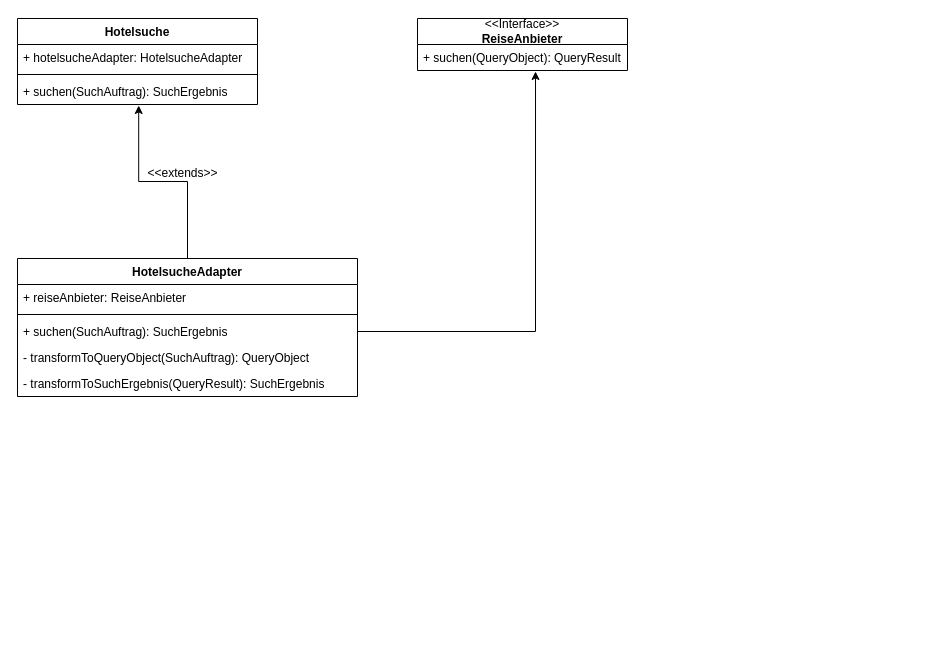
This is uebung8/1a.drawio from ReiseKato/SoftwareEngineering1, a draw.io file, before an edit. Source tidied: cells renumbered, new cells numbered last; positions are measured from the earlier drawing's top-left corner, leaving out a move shared by most shapes. Both pictures are drawn from the tidied source at 100%, with x=0, y=0 at pixel (17, 18).
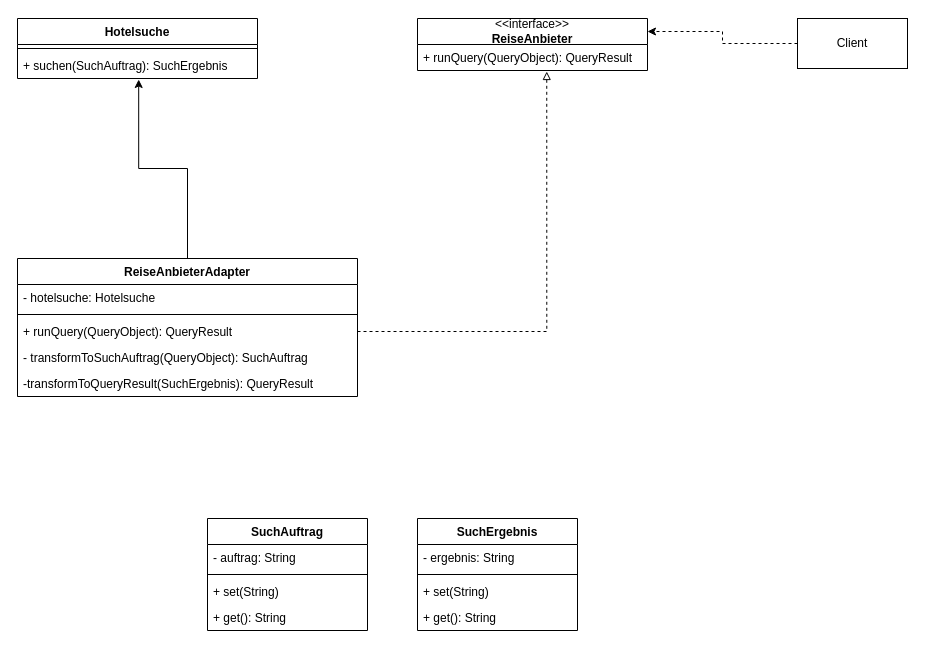
Above is the later version.

What changed in the source:
```diff
@@
-    <mxCell id="2" value="HotelsucheAdapter" style="swimlane;fontStyle=1;align=center;verticalAlign=top;horizontal=1;startSize=26;whiteSpace=wrap;html=1;" parent="1" vertex="1">
+    <mxCell id="2" value="ReiseAnbieterAdapter" style="swimlane;fontStyle=1;align=center;verticalAlign=top;horizontal=1;startSize=26;whiteSpace=wrap;html=1;" parent="1" vertex="1">
       <mxGeometry y="240" width="340" height="138" as="geometry" />
     </mxCell>
-    <mxCell id="3" value="+ reiseAnbieter: ReiseAnbieter" style="text;strokeColor=none;fillColor=none;align=left;verticalAlign=top;spacingLeft=4;spacingRight=4;overflow=hidden;whiteSpace=wrap;html=1;" parent="2" vertex="1">
+    <mxCell id="3" value="- hotelsuche: Hotelsuche" style="text;strokeColor=none;fillColor=none;align=left;verticalAlign=top;spacingLeft=4;spacingRight=4;overflow=hidden;whiteSpace=wrap;html=1;" parent="2" vertex="1">
       <mxGeometry y="26" width="340" height="26" as="geometry" />
     </mxCell>
@@
-    <mxCell id="5" value="+ suchen(SuchAuftrag): SuchErgebnis" style="text;strokeColor=none;fillColor=none;align=left;verticalAlign=top;spacingLeft=4;spacingRight=4;overflow=hidden;points=[[0,0.5],[1,0.5]];portConstraint=eastwest;whiteSpace=wrap;html=1;" parent="2" vertex="1">
+    <mxCell id="5" value="+ runQuery(QueryObject): QueryResult" style="text;strokeColor=none;fillColor=none;align=left;verticalAlign=top;spacingLeft=4;spacingRight=4;overflow=hidden;points=[[0,0.5],[1,0.5]];portConstraint=eastwest;whiteSpace=wrap;html=1;" parent="2" vertex="1">
       <mxGeometry y="60" width="340" height="26" as="geometry" />
     </mxCell>
-    <mxCell id="6" value="- transformToQueryObject(SuchAuftrag): QueryObject" style="text;strokeColor=none;fillColor=none;align=left;verticalAlign=top;spacingLeft=4;spacingRight=4;overflow=hidden;whiteSpace=wrap;html=1;" parent="2" vertex="1">
+    <mxCell id="6" value="- transformToSuchAuftrag(QueryObject): SuchAuftrag" style="text;strokeColor=none;fillColor=none;align=left;verticalAlign=top;spacingLeft=4;spacingRight=4;overflow=hidden;whiteSpace=wrap;html=1;" parent="2" vertex="1">
       <mxGeometry y="86" width="340" height="26" as="geometry" />
     </mxCell>
-    <mxCell id="7" value="- transformToSuchErgebnis(QueryResult): SuchErgebnis" style="text;strokeColor=none;fillColor=none;align=left;verticalAlign=top;spacingLeft=4;spacingRight=4;overflow=hidden;whiteSpace=wrap;html=1;" parent="2" vertex="1">
+    <mxCell id="7" value="-transformToQueryResult(SuchErgebnis): QueryResult" style="text;strokeColor=none;fillColor=none;align=left;verticalAlign=top;spacingLeft=4;spacingRight=4;overflow=hidden;whiteSpace=wrap;html=1;" parent="2" vertex="1">
       <mxGeometry y="112" width="340" height="26" as="geometry" />
     </mxCell>
     <mxCell id="8" value="Hotelsuche" style="swimlane;fontStyle=1;align=center;verticalAlign=top;horizontal=1;startSize=26;whiteSpace=wrap;html=1;" parent="1" vertex="1">
-      <mxGeometry width="240" height="86" as="geometry" />
+      <mxGeometry width="240" height="60" as="geometry" />
     </mxCell>
-    <mxCell id="9" value="+ hotelsucheAdapter: HotelsucheAdapter" style="text;strokeColor=none;fillColor=none;align=left;verticalAlign=top;spacingLeft=4;spacingRight=4;overflow=hidden;whiteSpace=wrap;html=1;" parent="8" vertex="1">
-      <mxGeometry y="26" width="240" height="26" as="geometry" />
-    </mxCell>
     <mxCell id="10" style="line;strokeWidth=1;fillColor=none;align=left;verticalAlign=middle;spacingTop=-1;spacingLeft=3;spacingRight=3;labelPosition=right;strokeColor=inherit;" parent="8" vertex="1">
-      <mxGeometry y="52" width="240" height="8" as="geometry" />
+      <mxGeometry y="26" width="240" height="8" as="geometry" />
     </mxCell>
     <mxCell id="11" value="+ suchen(SuchAuftrag): SuchErgebnis" style="text;strokeColor=none;fillColor=none;align=left;verticalAlign=top;spacingLeft=4;spacingRight=4;overflow=hidden;points=[[0,0.5],[1,0.5]];portConstraint=eastwest;whiteSpace=wrap;html=1;" parent="8" vertex="1">
-      <mxGeometry y="60" width="240" height="26" as="geometry" />
+      <mxGeometry y="34" width="240" height="26" as="geometry" />
     </mxCell>
-    <mxCell id="12" value="&lt;div&gt;&amp;lt;&amp;lt;Interface&amp;gt;&amp;gt;&lt;/div&gt;&lt;b&gt;ReiseAnbieter&lt;/b&gt;" style="swimlane;fontStyle=0;horizontal=1;startSize=26;fillColor=none;whiteSpace=wrap;html=1;" parent="1" vertex="1">
-      <mxGeometry x="400" width="210" height="52" as="geometry" />
+    <mxCell id="12" value="&lt;div&gt;&amp;lt;&amp;lt;interface&amp;gt;&amp;gt;&lt;/div&gt;&lt;b&gt;ReiseAnbieter&lt;/b&gt;" style="swimlane;fontStyle=0;horizontal=1;startSize=26;fillColor=none;whiteSpace=wrap;html=1;" parent="1" vertex="1">
+      <mxGeometry x="400" width="230" height="52" as="geometry" />
     </mxCell>
-    <mxCell id="13" value="+ suchen(QueryObject): QueryResult" style="text;strokeColor=none;fillColor=none;align=left;verticalAlign=top;spacingLeft=4;spacingRight=4;overflow=hidden;points=[[0,0.5],[1,0.5]];portConstraint=eastwest;whiteSpace=wrap;html=1;" parent="12" vertex="1">
-      <mxGeometry y="26" width="210" height="26" as="geometry" />
+    <mxCell id="13" value="+ runQuery(QueryObject): QueryResult" style="text;strokeColor=none;fillColor=none;align=left;verticalAlign=top;spacingLeft=4;spacingRight=4;overflow=hidden;points=[[0,0.5],[1,0.5]];portConstraint=eastwest;whiteSpace=wrap;html=1;" parent="12" vertex="1">
+      <mxGeometry y="26" width="230" height="26" as="geometry" />
     </mxCell>
@@
-    <mxCell id="15" style="edgeStyle=orthogonalEdgeStyle;rounded=0;jettySize=auto;html=1;exitX=1;exitY=0.5;exitDx=0;exitDy=0;entryX=0.562;entryY=1.038;entryDx=0;entryDy=0;entryPerimeter=0;" parent="1" edge="1" source="5" target="13">
+    <mxCell id="15" style="edgeStyle=orthogonalEdgeStyle;rounded=0;jettySize=auto;html=1;exitX=1;exitY=0.5;exitDx=0;exitDy=0;entryX=0.562;entryY=1.038;entryDx=0;entryDy=0;entryPerimeter=0;endArrow=block;endFill=0;dashed=1;" parent="1" edge="1" source="5" target="13">
       <mxGeometry relative="1" as="geometry" />
     </mxCell>
-    <mxCell id="16" value="&amp;lt;&amp;lt;extends&amp;gt;&amp;gt;" style="text;html=1;align=center;verticalAlign=middle;strokeColor=none;fillColor=none;" parent="1" vertex="1">
-      <mxGeometry x="120" y="140" width="90" height="30" as="geometry" />
-    </mxCell>
+    <mxCell id="17" value="SuchAuftrag" style="swimlane;fontStyle=1;align=center;verticalAlign=top;horizontal=1;startSize=26;whiteSpace=wrap;html=1;" parent="1" vertex="1">
+      <mxGeometry x="190" y="500" width="160" height="112" as="geometry" />
+    </mxCell>
+    <mxCell id="18" value="- auftrag: String" style="text;strokeColor=none;fillColor=none;align=left;verticalAlign=top;spacingLeft=4;spacingRight=4;overflow=hidden;whiteSpace=wrap;html=1;" parent="17" vertex="1">
+      <mxGeometry y="26" width="160" height="26" as="geometry" />
+    </mxCell>
+    <mxCell id="19" style="line;strokeWidth=1;fillColor=none;align=left;verticalAlign=middle;spacingTop=-1;spacingLeft=3;spacingRight=3;labelPosition=right;strokeColor=inherit;" parent="17" vertex="1">
+      <mxGeometry y="52" width="160" height="8" as="geometry" />
+    </mxCell>
+    <mxCell id="20" value="+ set(String)" style="text;strokeColor=none;fillColor=none;align=left;verticalAlign=top;spacingLeft=4;spacingRight=4;overflow=hidden;whiteSpace=wrap;html=1;" parent="17" vertex="1">
+      <mxGeometry y="60" width="160" height="26" as="geometry" />
+    </mxCell>
+    <mxCell id="21" value="+ get(): String" style="text;strokeColor=none;fillColor=none;align=left;verticalAlign=top;spacingLeft=4;spacingRight=4;overflow=hidden;whiteSpace=wrap;html=1;" parent="17" vertex="1">
+      <mxGeometry y="86" width="160" height="26" as="geometry" />
+    </mxCell>
+    <mxCell id="22" value="SuchErgebnis" style="swimlane;fontStyle=1;align=center;verticalAlign=top;horizontal=1;startSize=26;whiteSpace=wrap;html=1;" parent="1" vertex="1">
+      <mxGeometry x="400" y="500" width="160" height="112" as="geometry" />
+    </mxCell>
+    <mxCell id="23" value="- ergebnis: String" style="text;strokeColor=none;fillColor=none;align=left;verticalAlign=top;spacingLeft=4;spacingRight=4;overflow=hidden;whiteSpace=wrap;html=1;" parent="22" vertex="1">
+      <mxGeometry y="26" width="160" height="26" as="geometry" />
+    </mxCell>
+    <mxCell id="24" style="line;strokeWidth=1;fillColor=none;align=left;verticalAlign=middle;spacingTop=-1;spacingLeft=3;spacingRight=3;labelPosition=right;strokeColor=inherit;" parent="22" vertex="1">
+      <mxGeometry y="52" width="160" height="8" as="geometry" />
+    </mxCell>
+    <mxCell id="25" value="+ set(String)" style="text;strokeColor=none;fillColor=none;align=left;verticalAlign=top;spacingLeft=4;spacingRight=4;overflow=hidden;whiteSpace=wrap;html=1;" parent="22" vertex="1">
+      <mxGeometry y="60" width="160" height="26" as="geometry" />
+    </mxCell>
+    <mxCell id="26" value="+ get(): String" style="text;strokeColor=none;fillColor=none;align=left;verticalAlign=top;spacingLeft=4;spacingRight=4;overflow=hidden;whiteSpace=wrap;html=1;" parent="22" vertex="1">
+      <mxGeometry y="86" width="160" height="26" as="geometry" />
+    </mxCell>
+    <mxCell id="27" style="edgeStyle=orthogonalEdgeStyle;rounded=0;jettySize=auto;html=1;exitX=0;exitY=0.5;exitDx=0;exitDy=0;entryX=1;entryY=0.25;entryDx=0;entryDy=0;dashed=1;" parent="1" edge="1" source="28" target="12">
+      <mxGeometry relative="1" as="geometry" />
+    </mxCell>
+    <mxCell id="28" value="Client" style="html=1;whiteSpace=wrap;" parent="1" vertex="1">
+      <mxGeometry x="780" width="110" height="50" as="geometry" />
+    </mxCell>
```
